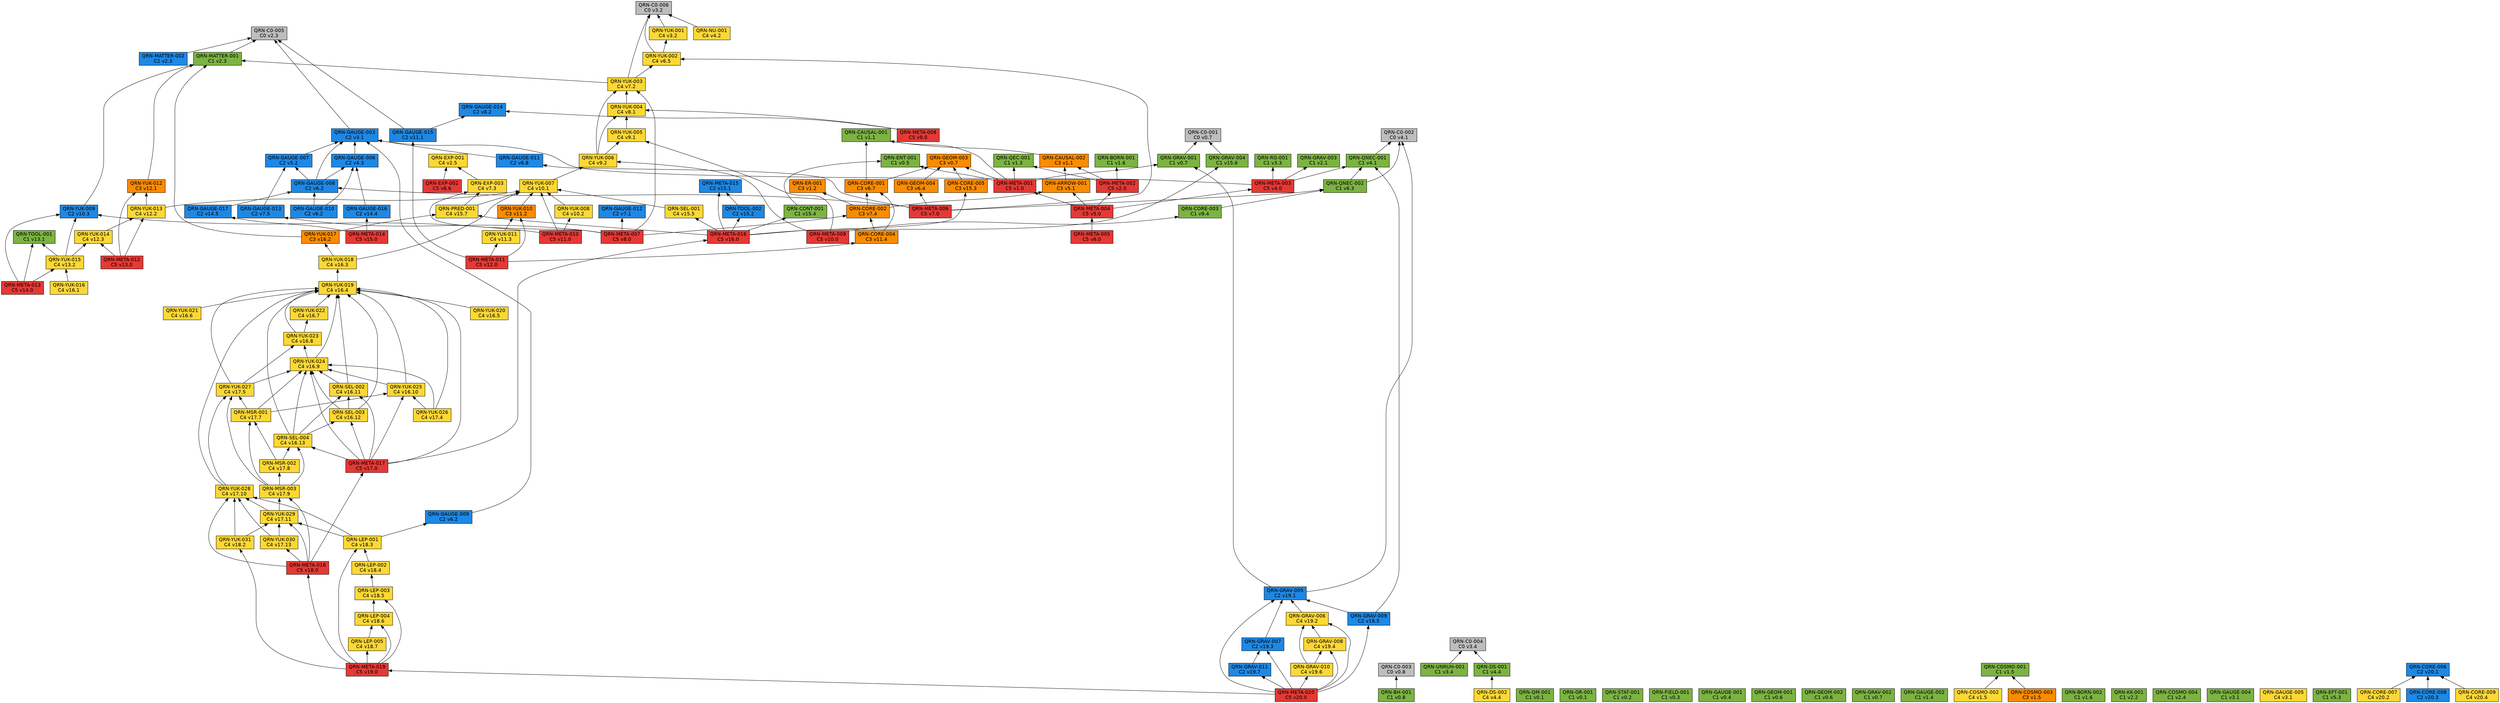
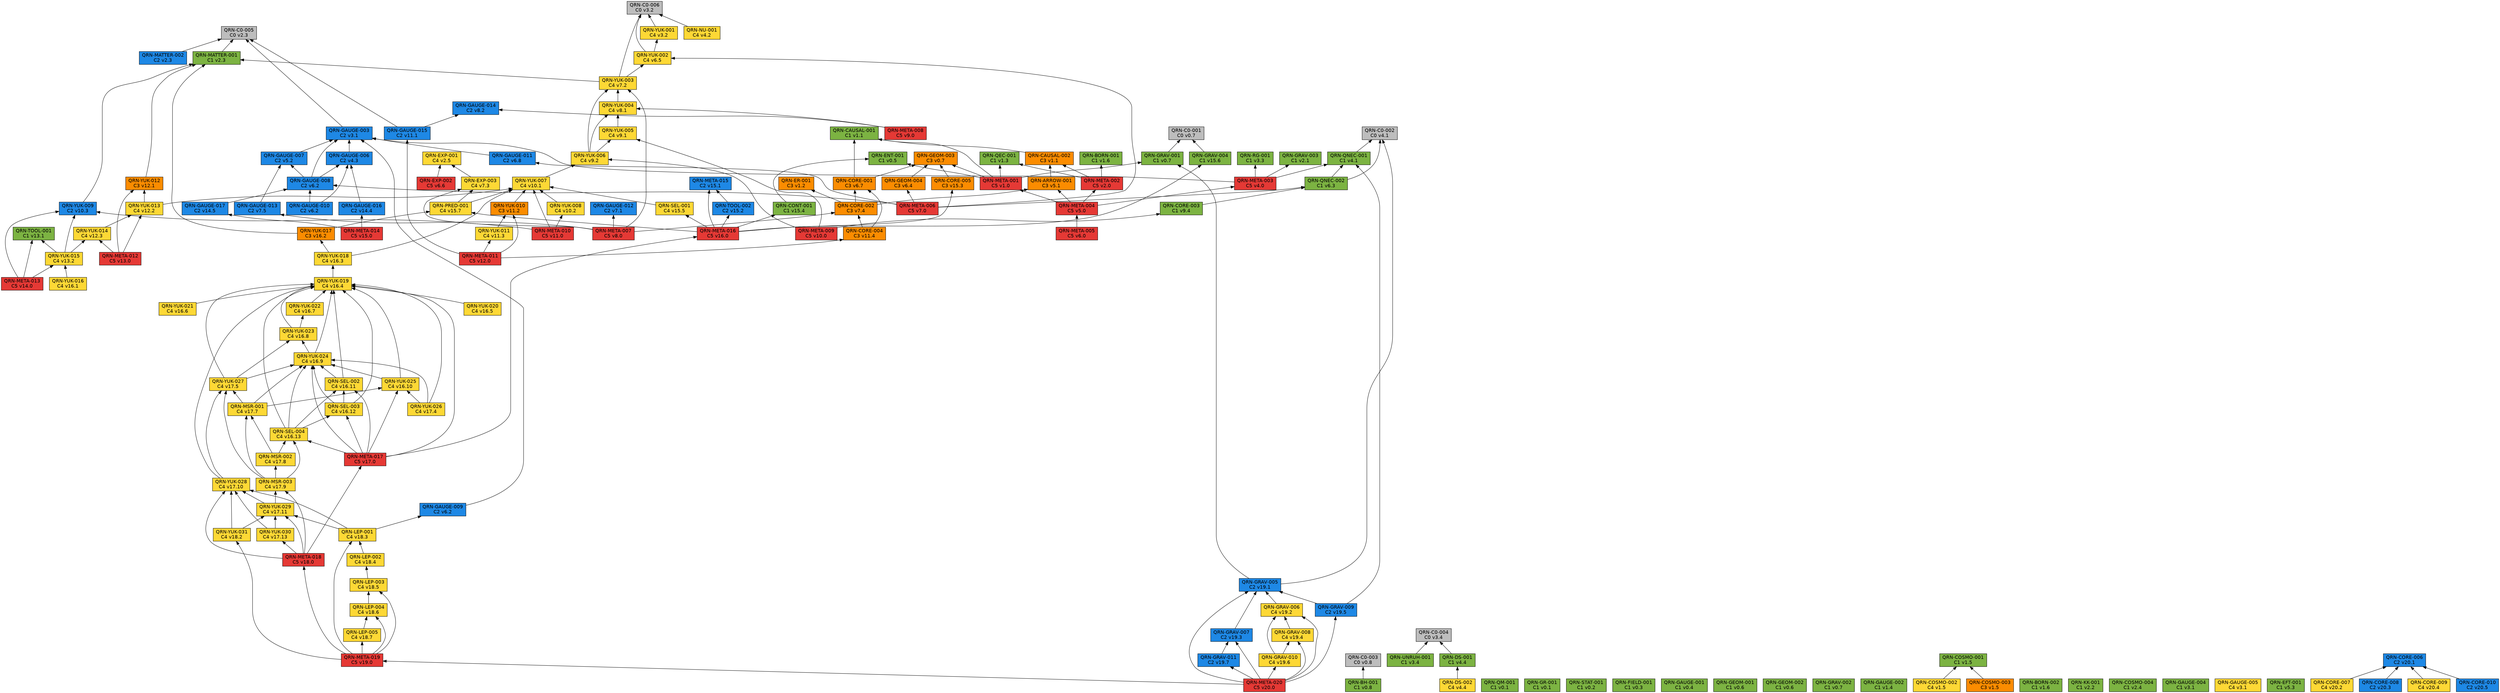
// 自動生成 (dag/report.pl) — QRN 主張依存グラフ
digraph qrn {
  rankdir=BT;
  node [shape=box, style=filled, fontname="Helvetica"];
  "QRN-C0-001" [fillcolor="#bdbdbd", label="QRN-C0-001\nC0 v0.7"];
  "QRN-C0-002" [fillcolor="#bdbdbd", label="QRN-C0-002\nC0 v4.1"];
  "QRN-C0-003" [fillcolor="#bdbdbd", label="QRN-C0-003\nC0 v0.8"];
  "QRN-C0-004" [fillcolor="#bdbdbd", label="QRN-C0-004\nC0 v3.4"];
  "QRN-C0-005" [fillcolor="#bdbdbd", label="QRN-C0-005\nC0 v2.3"];
  "QRN-C0-006" [fillcolor="#bdbdbd", label="QRN-C0-006\nC0 v3.2"];
  "QRN-QM-001" [fillcolor="#7cb342", label="QRN-QM-001\nC1 v0.1"];
  "QRN-GR-001" [fillcolor="#7cb342", label="QRN-GR-001\nC1 v0.1"];
  "QRN-STAT-001" [fillcolor="#7cb342", label="QRN-STAT-001\nC1 v0.2"];
  "QRN-FIELD-001" [fillcolor="#7cb342", label="QRN-FIELD-001\nC1 v0.3"];
  "QRN-GAUGE-001" [fillcolor="#7cb342", label="QRN-GAUGE-001\nC1 v0.4"];
  "QRN-ENT-001" [fillcolor="#7cb342", label="QRN-ENT-001\nC1 v0.5"];
  "QRN-GEOM-001" [fillcolor="#7cb342", label="QRN-GEOM-001\nC1 v0.6"];
  "QRN-GEOM-002" [fillcolor="#7cb342", label="QRN-GEOM-002\nC1 v0.6"];
  "QRN-GEOM-003" [fillcolor="#fb8c00", label="QRN-GEOM-003\nC3 v0.7"];
  "QRN-GRAV-001" [fillcolor="#7cb342", label="QRN-GRAV-001\nC1 v0.7"];
  "QRN-GRAV-002" [fillcolor="#7cb342", label="QRN-GRAV-002\nC1 v0.7"];
  "QRN-BH-001" [fillcolor="#7cb342", label="QRN-BH-001\nC1 v0.8"];
  "QRN-CAUSAL-001" [fillcolor="#7cb342", label="QRN-CAUSAL-001\nC1 v1.1"];
  "QRN-CAUSAL-002" [fillcolor="#fb8c00", label="QRN-CAUSAL-002\nC3 v1.1"];
  "QRN-ER-001" [fillcolor="#fb8c00", label="QRN-ER-001\nC3 v1.2"];
  "QRN-QEC-001" [fillcolor="#7cb342", label="QRN-QEC-001\nC1 v1.3"];
  "QRN-GAUGE-002" [fillcolor="#7cb342", label="QRN-GAUGE-002\nC1 v1.4"];
  "QRN-COSMO-001" [fillcolor="#7cb342", label="QRN-COSMO-001\nC1 v1.5"];
  "QRN-COSMO-002" [fillcolor="#fdd835", label="QRN-COSMO-002\nC4 v1.5"];
  "QRN-COSMO-003" [fillcolor="#fb8c00", label="QRN-COSMO-003\nC3 v1.5"];
  "QRN-BORN-001" [fillcolor="#7cb342", label="QRN-BORN-001\nC1 v1.6"];
  "QRN-BORN-002" [fillcolor="#7cb342", label="QRN-BORN-002\nC1 v1.6"];
  "QRN-GRAV-003" [fillcolor="#7cb342", label="QRN-GRAV-003\nC1 v2.1"];
  "QRN-KK-001" [fillcolor="#7cb342", label="QRN-KK-001\nC1 v2.2"];
  "QRN-MATTER-001" [fillcolor="#7cb342", label="QRN-MATTER-001\nC1 v2.3"];
  "QRN-MATTER-002" [fillcolor="#1e88e5", label="QRN-MATTER-002\nC2 v2.3"];
  "QRN-COSMO-004" [fillcolor="#7cb342", label="QRN-COSMO-004\nC1 v2.4"];
  "QRN-EXP-001" [fillcolor="#fdd835", label="QRN-EXP-001\nC4 v2.5"];
  "QRN-GAUGE-003" [fillcolor="#1e88e5", label="QRN-GAUGE-003\nC2 v3.1"];
  "QRN-GAUGE-004" [fillcolor="#7cb342", label="QRN-GAUGE-004\nC1 v3.1"];
  "QRN-GAUGE-005" [fillcolor="#fdd835", label="QRN-GAUGE-005\nC4 v3.1"];
  "QRN-YUK-001" [fillcolor="#fdd835", label="QRN-YUK-001\nC4 v3.2"];
  "QRN-RG-001" [fillcolor="#7cb342", label="QRN-RG-001\nC1 v3.3"];
  "QRN-UNRUH-001" [fillcolor="#7cb342", label="QRN-UNRUH-001\nC1 v3.4"];
  "QRN-QNEC-001" [fillcolor="#7cb342", label="QRN-QNEC-001\nC1 v4.1"];
  "QRN-NU-001" [fillcolor="#fdd835", label="QRN-NU-001\nC4 v4.2"];
  "QRN-GAUGE-006" [fillcolor="#1e88e5", label="QRN-GAUGE-006\nC2 v4.3"];
  "QRN-DS-001" [fillcolor="#7cb342", label="QRN-DS-001\nC1 v4.4"];
  "QRN-DS-002" [fillcolor="#fdd835", label="QRN-DS-002\nC4 v4.4"];
  "QRN-ARROW-001" [fillcolor="#fb8c00", label="QRN-ARROW-001\nC3 v5.1"];
  "QRN-GAUGE-007" [fillcolor="#1e88e5", label="QRN-GAUGE-007\nC2 v5.2"];
  "QRN-EFT-001" [fillcolor="#7cb342", label="QRN-EFT-001\nC1 v5.3"];
  "QRN-GAUGE-008" [fillcolor="#1e88e5", label="QRN-GAUGE-008\nC2 v6.2"];
  "QRN-GAUGE-009" [fillcolor="#1e88e5", label="QRN-GAUGE-009\nC2 v6.2"];
  "QRN-GAUGE-010" [fillcolor="#1e88e5", label="QRN-GAUGE-010\nC2 v6.2"];
  "QRN-QNEC-002" [fillcolor="#7cb342", label="QRN-QNEC-002\nC1 v6.3"];
  "QRN-GEOM-004" [fillcolor="#fb8c00", label="QRN-GEOM-004\nC3 v6.4"];
  "QRN-YUK-002" [fillcolor="#fdd835", label="QRN-YUK-002\nC4 v6.5"];
  "QRN-EXP-002" [fillcolor="#e53935", label="QRN-EXP-002\nC5 v6.6"];
  "QRN-CORE-001" [fillcolor="#fb8c00", label="QRN-CORE-001\nC3 v6.7"];
  "QRN-GAUGE-011" [fillcolor="#1e88e5", label="QRN-GAUGE-011\nC2 v6.8"];
  "QRN-GAUGE-012" [fillcolor="#1e88e5", label="QRN-GAUGE-012\nC2 v7.1"];
  "QRN-YUK-003" [fillcolor="#fdd835", label="QRN-YUK-003\nC4 v7.2"];
  "QRN-EXP-003" [fillcolor="#fdd835", label="QRN-EXP-003\nC4 v7.3"];
  "QRN-CORE-002" [fillcolor="#fb8c00", label="QRN-CORE-002\nC3 v7.4"];
  "QRN-GAUGE-013" [fillcolor="#1e88e5", label="QRN-GAUGE-013\nC2 v7.5"];
  "QRN-YUK-004" [fillcolor="#fdd835", label="QRN-YUK-004\nC4 v8.1"];
  "QRN-GAUGE-014" [fillcolor="#1e88e5", label="QRN-GAUGE-014\nC2 v8.2"];
  "QRN-META-001" [fillcolor="#e53935", label="QRN-META-001\nC5 v1.0"];
  "QRN-META-002" [fillcolor="#e53935", label="QRN-META-002\nC5 v2.0"];
  "QRN-META-003" [fillcolor="#e53935", label="QRN-META-003\nC5 v4.0"];
  "QRN-META-004" [fillcolor="#e53935", label="QRN-META-004\nC5 v5.0"];
  "QRN-META-005" [fillcolor="#e53935", label="QRN-META-005\nC5 v6.0"];
  "QRN-META-006" [fillcolor="#e53935", label="QRN-META-006\nC5 v7.0"];
  "QRN-META-007" [fillcolor="#e53935", label="QRN-META-007\nC5 v8.0"];
  "QRN-META-008" [fillcolor="#e53935", label="QRN-META-008\nC5 v9.0"];
  "QRN-YUK-005" [fillcolor="#fdd835", label="QRN-YUK-005\nC4 v9.1"];
  "QRN-YUK-006" [fillcolor="#fdd835", label="QRN-YUK-006\nC4 v9.2"];
  "QRN-CORE-003" [fillcolor="#7cb342", label="QRN-CORE-003\nC1 v9.4"];
  "QRN-META-009" [fillcolor="#e53935", label="QRN-META-009\nC5 v10.0"];
  "QRN-YUK-007" [fillcolor="#fdd835", label="QRN-YUK-007\nC4 v10.1"];
  "QRN-YUK-008" [fillcolor="#fdd835", label="QRN-YUK-008\nC4 v10.2"];
  "QRN-YUK-009" [fillcolor="#1e88e5", label="QRN-YUK-009\nC2 v10.3"];
  "QRN-META-010" [fillcolor="#e53935", label="QRN-META-010\nC5 v11.0"];
  "QRN-GAUGE-015" [fillcolor="#1e88e5", label="QRN-GAUGE-015\nC2 v11.1"];
  "QRN-YUK-010" [fillcolor="#fb8c00", label="QRN-YUK-010\nC3 v11.2"];
  "QRN-YUK-011" [fillcolor="#fdd835", label="QRN-YUK-011\nC4 v11.3"];
  "QRN-CORE-004" [fillcolor="#fb8c00", label="QRN-CORE-004\nC3 v11.4"];
  "QRN-META-011" [fillcolor="#e53935", label="QRN-META-011\nC5 v12.0"];
  "QRN-YUK-012" [fillcolor="#fb8c00", label="QRN-YUK-012\nC3 v12.1"];
  "QRN-YUK-013" [fillcolor="#fdd835", label="QRN-YUK-013\nC4 v12.2"];
  "QRN-YUK-014" [fillcolor="#fdd835", label="QRN-YUK-014\nC4 v12.3"];
  "QRN-META-012" [fillcolor="#e53935", label="QRN-META-012\nC5 v13.0"];
  "QRN-TOOL-001" [fillcolor="#7cb342", label="QRN-TOOL-001\nC1 v13.1"];
  "QRN-YUK-015" [fillcolor="#fdd835", label="QRN-YUK-015\nC4 v13.2"];
  "QRN-META-013" [fillcolor="#e53935", label="QRN-META-013\nC5 v14.0"];
  "QRN-GAUGE-016" [fillcolor="#1e88e5", label="QRN-GAUGE-016\nC2 v14.4"];
  "QRN-GAUGE-017" [fillcolor="#1e88e5", label="QRN-GAUGE-017\nC2 v14.5"];
  "QRN-META-014" [fillcolor="#e53935", label="QRN-META-014\nC5 v15.0"];
  "QRN-META-015" [fillcolor="#1e88e5", label="QRN-META-015\nC2 v15.1"];
  "QRN-TOOL-002" [fillcolor="#1e88e5", label="QRN-TOOL-002\nC2 v15.2"];
  "QRN-CORE-005" [fillcolor="#fb8c00", label="QRN-CORE-005\nC3 v15.3"];
  "QRN-CONT-001" [fillcolor="#7cb342", label="QRN-CONT-001\nC1 v15.4"];
  "QRN-SEL-001" [fillcolor="#fdd835", label="QRN-SEL-001\nC4 v15.5"];
  "QRN-GRAV-004" [fillcolor="#7cb342", label="QRN-GRAV-004\nC1 v15.6"];
  "QRN-PRED-001" [fillcolor="#fdd835", label="QRN-PRED-001\nC4 v15.7"];
  "QRN-META-016" [fillcolor="#e53935", label="QRN-META-016\nC5 v16.0"];
  "QRN-YUK-016" [fillcolor="#fdd835", label="QRN-YUK-016\nC4 v16.1"];
  "QRN-YUK-017" [fillcolor="#fb8c00", label="QRN-YUK-017\nC3 v16.2"];
  "QRN-YUK-018" [fillcolor="#fdd835", label="QRN-YUK-018\nC4 v16.3"];
  "QRN-YUK-019" [fillcolor="#fdd835", label="QRN-YUK-019\nC4 v16.4"];
  "QRN-YUK-020" [fillcolor="#fdd835", label="QRN-YUK-020\nC4 v16.5"];
  "QRN-YUK-021" [fillcolor="#fdd835", label="QRN-YUK-021\nC4 v16.6"];
  "QRN-YUK-022" [fillcolor="#fdd835", label="QRN-YUK-022\nC4 v16.7"];
  "QRN-YUK-023" [fillcolor="#fdd835", label="QRN-YUK-023\nC4 v16.8"];
  "QRN-YUK-024" [fillcolor="#fdd835", label="QRN-YUK-024\nC4 v16.9"];
  "QRN-YUK-025" [fillcolor="#fdd835", label="QRN-YUK-025\nC4 v16.10"];
  "QRN-SEL-002" [fillcolor="#fdd835", label="QRN-SEL-002\nC4 v16.11"];
  "QRN-SEL-003" [fillcolor="#fdd835", label="QRN-SEL-003\nC4 v16.12"];
  "QRN-SEL-004" [fillcolor="#fdd835", label="QRN-SEL-004\nC4 v16.13"];
  "QRN-META-017" [fillcolor="#e53935", label="QRN-META-017\nC5 v17.0"];
  "QRN-YUK-026" [fillcolor="#fdd835", label="QRN-YUK-026\nC4 v17.4"];
  "QRN-YUK-027" [fillcolor="#fdd835", label="QRN-YUK-027\nC4 v17.5"];
  "QRN-MSR-001" [fillcolor="#fdd835", label="QRN-MSR-001\nC4 v17.7"];
  "QRN-MSR-002" [fillcolor="#fdd835", label="QRN-MSR-002\nC4 v17.8"];
  "QRN-MSR-003" [fillcolor="#fdd835", label="QRN-MSR-003\nC4 v17.9"];
  "QRN-YUK-028" [fillcolor="#fdd835", label="QRN-YUK-028\nC4 v17.10"];
  "QRN-YUK-029" [fillcolor="#fdd835", label="QRN-YUK-029\nC4 v17.11"];
  "QRN-YUK-030" [fillcolor="#fdd835", label="QRN-YUK-030\nC4 v17.13"];
  "QRN-META-018" [fillcolor="#e53935", label="QRN-META-018\nC5 v18.0"];
  "QRN-YUK-031" [fillcolor="#fdd835", label="QRN-YUK-031\nC4 v18.2"];
  "QRN-LEP-001" [fillcolor="#fdd835", label="QRN-LEP-001\nC4 v18.3"];
  "QRN-LEP-002" [fillcolor="#fdd835", label="QRN-LEP-002\nC4 v18.4"];
  "QRN-LEP-003" [fillcolor="#fdd835", label="QRN-LEP-003\nC4 v18.5"];
  "QRN-LEP-004" [fillcolor="#fdd835", label="QRN-LEP-004\nC4 v18.6"];
  "QRN-LEP-005" [fillcolor="#fdd835", label="QRN-LEP-005\nC4 v18.7"];
  "QRN-META-019" [fillcolor="#e53935", label="QRN-META-019\nC5 v19.0"];
  "QRN-GRAV-005" [fillcolor="#1e88e5", label="QRN-GRAV-005\nC2 v19.1"];
  "QRN-GRAV-006" [fillcolor="#fdd835", label="QRN-GRAV-006\nC4 v19.2"];
  "QRN-GRAV-007" [fillcolor="#1e88e5", label="QRN-GRAV-007\nC2 v19.3"];
  "QRN-GRAV-008" [fillcolor="#fdd835", label="QRN-GRAV-008\nC4 v19.4"];
  "QRN-GRAV-009" [fillcolor="#1e88e5", label="QRN-GRAV-009\nC2 v19.5"];
  "QRN-GRAV-010" [fillcolor="#fdd835", label="QRN-GRAV-010\nC4 v19.6"];
  "QRN-GRAV-011" [fillcolor="#1e88e5", label="QRN-GRAV-011\nC2 v19.7"];
  "QRN-META-020" [fillcolor="#e53935", label="QRN-META-020\nC5 v20.0"];
  "QRN-CORE-006" [fillcolor="#1e88e5", label="QRN-CORE-006\nC2 v20.1"];
  "QRN-CORE-007" [fillcolor="#fdd835", label="QRN-CORE-007\nC4 v20.2"];
  "QRN-CORE-008" [fillcolor="#1e88e5", label="QRN-CORE-008\nC2 v20.3"];
  "QRN-CORE-009" [fillcolor="#fdd835", label="QRN-CORE-009\nC4 v20.4"];
+   "QRN-CORE-010" [fillcolor="#1e88e5", label="QRN-CORE-010\nC2 v20.5"];
  "QRN-GRAV-001" -> "QRN-C0-001";
  "QRN-BH-001" -> "QRN-C0-003";
  "QRN-CAUSAL-002" -> "QRN-CAUSAL-001";
  "QRN-COSMO-002" -> "QRN-COSMO-001";
  "QRN-COSMO-003" -> "QRN-COSMO-001";
  "QRN-MATTER-001" -> "QRN-C0-005";
  "QRN-MATTER-002" -> "QRN-C0-005";
  "QRN-GAUGE-003" -> "QRN-C0-005";
  "QRN-YUK-001" -> "QRN-C0-006";
  "QRN-UNRUH-001" -> "QRN-C0-004";
  "QRN-QNEC-001" -> "QRN-C0-002";
  "QRN-NU-001" -> "QRN-C0-006";
  "QRN-GAUGE-006" -> "QRN-GAUGE-003";
  "QRN-DS-001" -> "QRN-C0-004";
  "QRN-DS-002" -> "QRN-DS-001";
  "QRN-ARROW-001" -> "QRN-CAUSAL-002";
  "QRN-GAUGE-007" -> "QRN-GAUGE-003";
  "QRN-GAUGE-008" -> "QRN-GAUGE-003";
  "QRN-GAUGE-008" -> "QRN-GAUGE-006";
  "QRN-GAUGE-008" -> "QRN-GAUGE-007";
  "QRN-GAUGE-009" -> "QRN-GAUGE-003";
  "QRN-GAUGE-010" -> "QRN-GAUGE-006";
  "QRN-GAUGE-010" -> "QRN-GAUGE-008";
  "QRN-QNEC-002" -> "QRN-C0-002";
  "QRN-QNEC-002" -> "QRN-QNEC-001";
  "QRN-GEOM-004" -> "QRN-GEOM-003";
  "QRN-YUK-002" -> "QRN-C0-006";
  "QRN-YUK-002" -> "QRN-YUK-001";
  "QRN-EXP-002" -> "QRN-EXP-001";
  "QRN-CORE-001" -> "QRN-GEOM-003";
  "QRN-CORE-001" -> "QRN-CAUSAL-001";
  "QRN-GAUGE-011" -> "QRN-GAUGE-003";
  "QRN-YUK-003" -> "QRN-C0-006";
  "QRN-YUK-003" -> "QRN-MATTER-001";
  "QRN-YUK-003" -> "QRN-YUK-002";
  "QRN-EXP-003" -> "QRN-EXP-001";
  "QRN-CORE-002" -> "QRN-CORE-001";
  "QRN-CORE-002" -> "QRN-ER-001";
  "QRN-CORE-002" -> "QRN-ARROW-001";
  "QRN-GAUGE-013" -> "QRN-GAUGE-007";
  "QRN-YUK-004" -> "QRN-YUK-003";
  "QRN-META-001" -> "QRN-GEOM-003";
  "QRN-META-001" -> "QRN-GRAV-001";
  "QRN-META-001" -> "QRN-CAUSAL-001";
  "QRN-META-001" -> "QRN-QEC-001";
  "QRN-META-001" -> "QRN-ENT-001";
  "QRN-META-002" -> "QRN-QEC-001";
  "QRN-META-002" -> "QRN-BORN-001";
  "QRN-META-002" -> "QRN-CAUSAL-002";
  "QRN-META-003" -> "QRN-GAUGE-003";
  "QRN-META-003" -> "QRN-RG-001";
  "QRN-META-003" -> "QRN-QNEC-001";
  "QRN-META-003" -> "QRN-GRAV-003";
  "QRN-META-004" -> "QRN-META-001";
  "QRN-META-004" -> "QRN-META-002";
  "QRN-META-004" -> "QRN-META-003";
  "QRN-META-004" -> "QRN-ARROW-001";
  "QRN-META-005" -> "QRN-META-004";
  "QRN-META-006" -> "QRN-GAUGE-008";
  "QRN-META-006" -> "QRN-QNEC-002";
  "QRN-META-006" -> "QRN-GEOM-004";
  "QRN-META-006" -> "QRN-YUK-002";
  "QRN-META-006" -> "QRN-GAUGE-011";
  "QRN-META-007" -> "QRN-GAUGE-012";
  "QRN-META-007" -> "QRN-YUK-003";
  "QRN-META-007" -> "QRN-EXP-003";
  "QRN-META-007" -> "QRN-CORE-002";
  "QRN-META-007" -> "QRN-GAUGE-013";
  "QRN-META-008" -> "QRN-YUK-004";
  "QRN-META-008" -> "QRN-GAUGE-014";
  "QRN-YUK-005" -> "QRN-YUK-004";
  "QRN-YUK-006" -> "QRN-YUK-003";
  "QRN-YUK-006" -> "QRN-YUK-004";
  "QRN-YUK-006" -> "QRN-YUK-005";
  "QRN-CORE-003" -> "QRN-QNEC-002";
  "QRN-META-009" -> "QRN-YUK-005";
  "QRN-META-009" -> "QRN-YUK-006";
  "QRN-META-009" -> "QRN-CORE-003";
  "QRN-YUK-007" -> "QRN-YUK-006";
  "QRN-YUK-008" -> "QRN-YUK-007";
  "QRN-YUK-009" -> "QRN-MATTER-001";
  "QRN-META-010" -> "QRN-YUK-007";
  "QRN-META-010" -> "QRN-YUK-008";
  "QRN-META-010" -> "QRN-YUK-009";
  "QRN-GAUGE-015" -> "QRN-C0-005";
  "QRN-GAUGE-015" -> "QRN-GAUGE-014";
  "QRN-YUK-010" -> "QRN-YUK-007";
  "QRN-YUK-011" -> "QRN-YUK-010";
  "QRN-CORE-004" -> "QRN-CORE-001";
  "QRN-CORE-004" -> "QRN-CORE-002";
  "QRN-META-011" -> "QRN-GAUGE-015";
  "QRN-META-011" -> "QRN-YUK-010";
  "QRN-META-011" -> "QRN-YUK-011";
  "QRN-META-011" -> "QRN-CORE-004";
  "QRN-YUK-012" -> "QRN-MATTER-001";
  "QRN-YUK-013" -> "QRN-YUK-012";
  "QRN-YUK-013" -> "QRN-YUK-007";
  "QRN-YUK-014" -> "QRN-YUK-013";
  "QRN-META-012" -> "QRN-YUK-012";
  "QRN-META-012" -> "QRN-YUK-013";
  "QRN-META-012" -> "QRN-YUK-014";
  "QRN-YUK-015" -> "QRN-YUK-014";
  "QRN-YUK-015" -> "QRN-TOOL-001";
  "QRN-YUK-015" -> "QRN-YUK-009";
  "QRN-META-013" -> "QRN-YUK-015";
  "QRN-META-013" -> "QRN-TOOL-001";
  "QRN-META-013" -> "QRN-YUK-009";
  "QRN-GAUGE-016" -> "QRN-GAUGE-006";
  "QRN-GAUGE-017" -> "QRN-GAUGE-008";
  "QRN-META-014" -> "QRN-GAUGE-016";
  "QRN-META-014" -> "QRN-GAUGE-017";
  "QRN-TOOL-002" -> "QRN-META-015";
  "QRN-CORE-005" -> "QRN-GEOM-003";
  "QRN-CONT-001" -> "QRN-ENT-001";
  "QRN-SEL-001" -> "QRN-YUK-007";
  "QRN-GRAV-004" -> "QRN-C0-001";
  "QRN-PRED-001" -> "QRN-YUK-007";
  "QRN-PRED-001" -> "QRN-EXP-003";
  "QRN-META-016" -> "QRN-META-015";
  "QRN-META-016" -> "QRN-TOOL-002";
  "QRN-META-016" -> "QRN-CORE-005";
  "QRN-META-016" -> "QRN-CONT-001";
  "QRN-META-016" -> "QRN-SEL-001";
  "QRN-META-016" -> "QRN-GRAV-004";
  "QRN-META-016" -> "QRN-PRED-001";
  "QRN-YUK-016" -> "QRN-YUK-015";
  "QRN-YUK-017" -> "QRN-MATTER-001";
  "QRN-YUK-017" -> "QRN-PRED-001";
  "QRN-YUK-018" -> "QRN-YUK-017";
  "QRN-YUK-018" -> "QRN-YUK-007";
  "QRN-YUK-019" -> "QRN-YUK-018";
  "QRN-YUK-020" -> "QRN-YUK-019";
  "QRN-YUK-021" -> "QRN-YUK-019";
  "QRN-YUK-022" -> "QRN-YUK-019";
  "QRN-YUK-023" -> "QRN-YUK-019";
  "QRN-YUK-023" -> "QRN-YUK-022";
  "QRN-YUK-024" -> "QRN-YUK-019";
  "QRN-YUK-024" -> "QRN-YUK-023";
  "QRN-YUK-025" -> "QRN-YUK-019";
  "QRN-YUK-025" -> "QRN-YUK-024";
  "QRN-SEL-002" -> "QRN-YUK-019";
  "QRN-SEL-002" -> "QRN-YUK-024";
  "QRN-SEL-003" -> "QRN-YUK-019";
  "QRN-SEL-003" -> "QRN-YUK-024";
  "QRN-SEL-003" -> "QRN-SEL-002";
  "QRN-SEL-004" -> "QRN-YUK-019";
  "QRN-SEL-004" -> "QRN-YUK-024";
  "QRN-SEL-004" -> "QRN-SEL-002";
  "QRN-SEL-004" -> "QRN-SEL-003";
  "QRN-META-017" -> "QRN-META-016";
  "QRN-META-017" -> "QRN-YUK-019";
  "QRN-META-017" -> "QRN-YUK-024";
  "QRN-META-017" -> "QRN-YUK-025";
  "QRN-META-017" -> "QRN-SEL-002";
  "QRN-META-017" -> "QRN-SEL-003";
  "QRN-META-017" -> "QRN-SEL-004";
  "QRN-YUK-026" -> "QRN-YUK-019";
  "QRN-YUK-026" -> "QRN-YUK-024";
  "QRN-YUK-026" -> "QRN-YUK-025";
  "QRN-YUK-027" -> "QRN-YUK-019";
  "QRN-YUK-027" -> "QRN-YUK-023";
  "QRN-YUK-027" -> "QRN-YUK-024";
  "QRN-MSR-001" -> "QRN-YUK-024";
  "QRN-MSR-001" -> "QRN-YUK-025";
  "QRN-MSR-001" -> "QRN-YUK-027";
  "QRN-MSR-002" -> "QRN-SEL-004";
  "QRN-MSR-002" -> "QRN-MSR-001";
  "QRN-MSR-003" -> "QRN-MSR-001";
  "QRN-MSR-003" -> "QRN-MSR-002";
  "QRN-MSR-003" -> "QRN-SEL-004";
  "QRN-MSR-003" -> "QRN-YUK-027";
  "QRN-YUK-028" -> "QRN-YUK-019";
  "QRN-YUK-028" -> "QRN-YUK-027";
  "QRN-YUK-029" -> "QRN-YUK-028";
  "QRN-YUK-029" -> "QRN-MSR-003";
  "QRN-YUK-030" -> "QRN-YUK-028";
  "QRN-YUK-030" -> "QRN-YUK-029";
  "QRN-META-018" -> "QRN-META-017";
  "QRN-META-018" -> "QRN-MSR-003";
  "QRN-META-018" -> "QRN-YUK-028";
  "QRN-META-018" -> "QRN-YUK-029";
  "QRN-META-018" -> "QRN-YUK-030";
  "QRN-YUK-031" -> "QRN-YUK-028";
  "QRN-YUK-031" -> "QRN-YUK-029";
  "QRN-LEP-001" -> "QRN-YUK-028";
  "QRN-LEP-001" -> "QRN-YUK-029";
  "QRN-LEP-001" -> "QRN-GAUGE-009";
  "QRN-LEP-002" -> "QRN-LEP-001";
  "QRN-LEP-003" -> "QRN-LEP-002";
  "QRN-LEP-004" -> "QRN-LEP-003";
  "QRN-LEP-005" -> "QRN-LEP-004";
  "QRN-META-019" -> "QRN-META-018";
  "QRN-META-019" -> "QRN-YUK-031";
  "QRN-META-019" -> "QRN-LEP-001";
  "QRN-META-019" -> "QRN-LEP-003";
  "QRN-META-019" -> "QRN-LEP-004";
  "QRN-META-019" -> "QRN-LEP-005";
  "QRN-GRAV-005" -> "QRN-C0-002";
  "QRN-GRAV-005" -> "QRN-GRAV-001";
  "QRN-GRAV-006" -> "QRN-GRAV-005";
  "QRN-GRAV-007" -> "QRN-GRAV-005";
  "QRN-GRAV-008" -> "QRN-GRAV-006";
  "QRN-GRAV-009" -> "QRN-GRAV-005";
  "QRN-GRAV-009" -> "QRN-QNEC-001";
  "QRN-GRAV-010" -> "QRN-GRAV-006";
  "QRN-GRAV-010" -> "QRN-GRAV-008";
  "QRN-GRAV-011" -> "QRN-GRAV-007";
  "QRN-META-020" -> "QRN-META-019";
  "QRN-META-020" -> "QRN-GRAV-005";
  "QRN-META-020" -> "QRN-GRAV-006";
  "QRN-META-020" -> "QRN-GRAV-007";
  "QRN-META-020" -> "QRN-GRAV-008";
  "QRN-META-020" -> "QRN-GRAV-009";
  "QRN-META-020" -> "QRN-GRAV-010";
  "QRN-META-020" -> "QRN-GRAV-011";
  "QRN-CORE-007" -> "QRN-CORE-006";
  "QRN-CORE-008" -> "QRN-CORE-006";
  "QRN-CORE-009" -> "QRN-CORE-006";
+   "QRN-CORE-010" -> "QRN-CORE-006";
}
